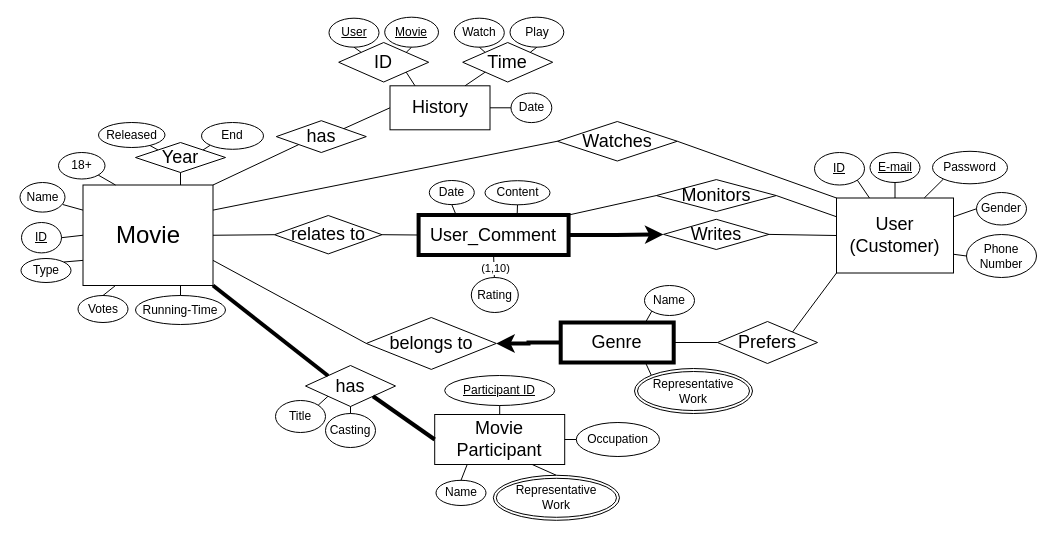
Above: page "ER" (1 of 2) of Assignment1_ER_Modeling/Movie.drawio in hjpark83/DBMS (draw.io), before the change. Source tidied: cells renumbered, new cells numbered last; positions are measured from the earlier drawing's top-left corner, leaving out a move shared by most shapes. Both pictures are drawn from the tidied source at 100%, with x=0, y=0 at pixel (20, 17).
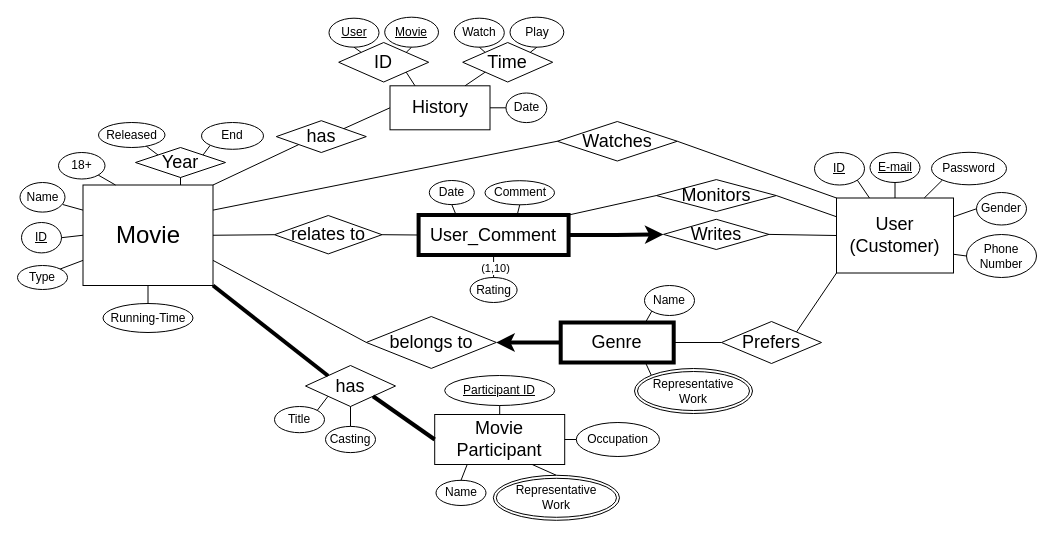
After the change.

Unchanged cells that the change refers to:
```xml
<mxCell id="19" value="&lt;font style=&quot;font-size: 24px;&quot;&gt;Movie&lt;/font&gt;" style="whiteSpace=wrap;html=1;align=center;rounded=0;" parent="1" vertex="1">
  <mxGeometry x="62.5" y="167.5" width="130" height="100.5" as="geometry" />
</mxCell>
<mxCell id="21" value="&lt;font style=&quot;font-size: 18px;&quot;&gt;User_Comment&lt;/font&gt;" style="whiteSpace=wrap;html=1;align=center;rounded=0;glass=0;strokeWidth=4;" parent="1" vertex="1">
  <mxGeometry x="398.1" y="197.5" width="150" height="40" as="geometry" />
</mxCell>
```

Diff of the diagram source:
```diff
@@
     <mxCell id="2" value="Type" style="ellipse;whiteSpace=wrap;html=1;align=center;rounded=1;" parent="1" vertex="1">
-      <mxGeometry x="0.5" y="241" width="50" height="24" as="geometry" />
+      <mxGeometry x="-3" y="248" width="50" height="24" as="geometry" />
     </mxCell>
@@
     <mxCell id="9" value="Password" style="ellipse;whiteSpace=wrap;html=1;align=center;rounded=1;" parent="1" vertex="1">
-      <mxGeometry x="912" y="133.8" width="75" height="32.5" as="geometry" />
+      <mxGeometry x="911" y="134.8" width="75" height="32.5" as="geometry" />
     </mxCell>
@@
     <mxCell id="16" value="Running-Time" style="ellipse;whiteSpace=wrap;html=1;align=center;rounded=1;" parent="1" vertex="1">
-      <mxGeometry x="115" y="278" width="90" height="29" as="geometry" />
+      <mxGeometry x="82.5" y="286" width="90" height="29" as="geometry" />
     </mxCell>
@@
     <mxCell id="20" value="&lt;font style=&quot;font-size: 18px;&quot;&gt;Prefers&lt;/font&gt;" style="shape=rhombus;perimeter=rhombusPerimeter;whiteSpace=wrap;html=1;align=center;rounded=0;" parent="1" vertex="1">
-      <mxGeometry x="697" y="304" width="100" height="42" as="geometry" />
+      <mxGeometry x="701" y="304" width="100" height="42" as="geometry" />
     </mxCell>
@@
     <mxCell id="22" value="Rating" style="ellipse;whiteSpace=wrap;html=1;align=center;rounded=1;" parent="1" vertex="1">
-      <mxGeometry x="450.8" y="260" width="47" height="35" as="geometry" />
+      <mxGeometry x="449.6" y="260" width="47" height="25" as="geometry" />
     </mxCell>
@@
-    <mxCell id="27" style="endArrow=none;html=1;rounded=1;entryX=0.5;entryY=0;entryDx=0;entryDy=0;exitX=0.75;exitY=1;exitDx=0;exitDy=0;" parent="1" edge="1" source="19" target="16">
+    <mxCell id="27" style="endArrow=none;html=1;rounded=1;entryX=0.5;entryY=0;entryDx=0;entryDy=0;exitX=0.5;exitY=1;exitDx=0;exitDy=0;" parent="1" edge="1" source="19" target="16">
       <mxGeometry relative="1" as="geometry" />
     </mxCell>
@@
-    <mxCell id="31" value="Content" style="ellipse;whiteSpace=wrap;html=1;align=center;rounded=1;" parent="1" vertex="1">
-      <mxGeometry x="464.5" y="163.2" width="65" height="24.1" as="geometry" />
+    <mxCell id="31" value="Comment" style="ellipse;whiteSpace=wrap;html=1;align=center;rounded=1;" parent="1" vertex="1">
+      <mxGeometry x="464.5" y="163.2" width="69.5" height="24.1" as="geometry" />
     </mxCell>
-    <mxCell id="32" style="endArrow=none;html=1;rounded=1;exitX=0.5;exitY=1;exitDx=0;exitDy=0;" parent="1" edge="1" source="21" target="22">
+    <mxCell id="32" style="endArrow=none;html=1;rounded=1;exitX=0.5;exitY=1;exitDx=0;exitDy=0;entryX=0.5;entryY=0;entryDx=0;entryDy=0;" parent="1" edge="1" source="21" target="22">
       <mxGeometry relative="1" as="geometry" />
     </mxCell>
@@
     <mxCell id="59" value="Date" style="ellipse;whiteSpace=wrap;html=1;align=center;rounded=1;" parent="1" vertex="1">
-      <mxGeometry x="490.5" y="75.5" width="40.8" height="29.6" as="geometry" />
+      <mxGeometry x="485.5" y="75.5" width="40.8" height="29.6" as="geometry" />
     </mxCell>
@@
     <mxCell id="62" value="&lt;span style=&quot;font-size: 18px;&quot;&gt;Year&lt;/span&gt;" style="shape=rhombus;perimeter=rhombusPerimeter;whiteSpace=wrap;html=1;align=center;rounded=0;" parent="1" vertex="1">
-      <mxGeometry x="115" y="125" width="90" height="30" as="geometry" />
+      <mxGeometry x="115" y="130" width="90" height="30" as="geometry" />
     </mxCell>
@@
     <mxCell id="65" value="&lt;span style=&quot;font-size: 18px;&quot;&gt;belongs to&lt;/span&gt;" style="shape=rhombus;perimeter=rhombusPerimeter;whiteSpace=wrap;html=1;align=center;rounded=0;" parent="1" vertex="1">
-      <mxGeometry x="345.8" y="300" width="130" height="51.9" as="geometry" />
+      <mxGeometry x="345.8" y="299" width="130" height="51.9" as="geometry" />
     </mxCell>
@@
-    <mxCell id="77" value="Votes" style="ellipse;whiteSpace=wrap;html=1;align=center;rounded=1;" parent="1" vertex="1">
-      <mxGeometry x="57.5" y="278" width="50" height="27" as="geometry" />
-    </mxCell>
-    <mxCell id="78" style="endArrow=none;html=1;rounded=1;entryX=0.5;entryY=0;entryDx=0;entryDy=0;exitX=0.25;exitY=1;exitDx=0;exitDy=0;" parent="1" edge="1" source="19" target="77">
-      <mxGeometry relative="1" as="geometry" />
-    </mxCell>
     <mxCell id="79" value="Title" style="ellipse;whiteSpace=wrap;html=1;align=center;rounded=1;" parent="1" vertex="1">
-      <mxGeometry x="255" y="383" width="50" height="32" as="geometry" />
+      <mxGeometry x="254" y="389" width="50" height="26.2" as="geometry" />
     </mxCell>
     <mxCell id="80" value="Casting" style="ellipse;whiteSpace=wrap;html=1;align=center;rounded=1;" parent="1" vertex="1">
-      <mxGeometry x="305" y="396" width="50" height="34" as="geometry" />
+      <mxGeometry x="305" y="408.9" width="50" height="26.2" as="geometry" />
     </mxCell>
```
